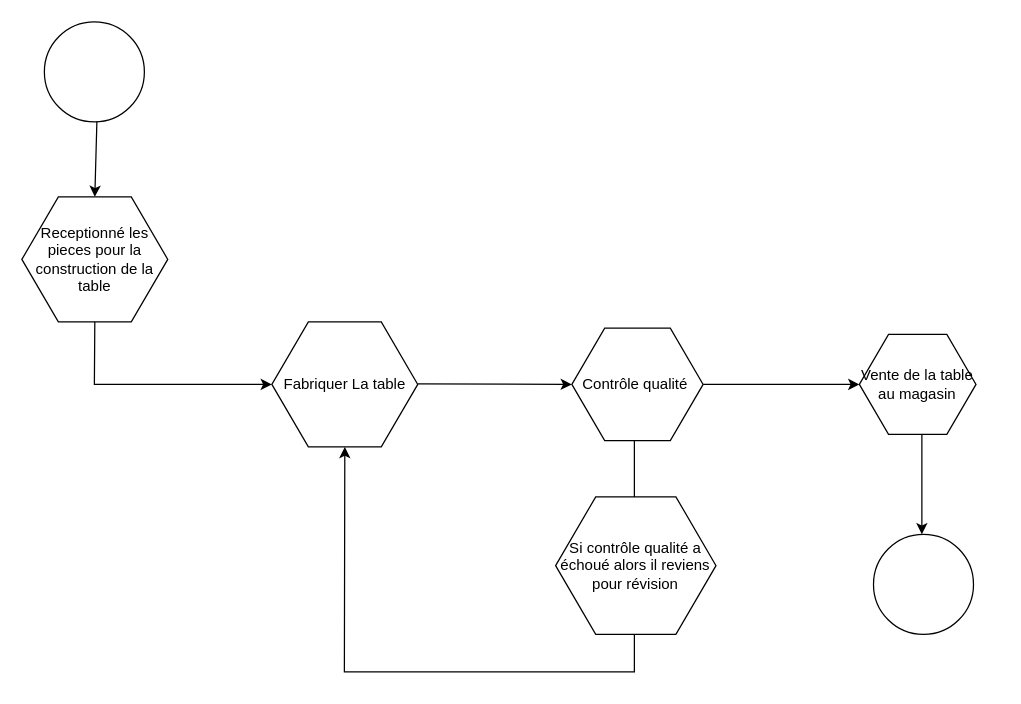
This is FabricationTable.drawio from quemet/Draw.io, a draw.io file, before an edit. Source tidied: cells renumbered, new cells numbered last; positions are measured from the earlier drawing's top-left corner, leaving out a move shared by most shapes. Both pictures are drawn from the tidied source at 125%, with x=0, y=0 at pixel (21, 21).
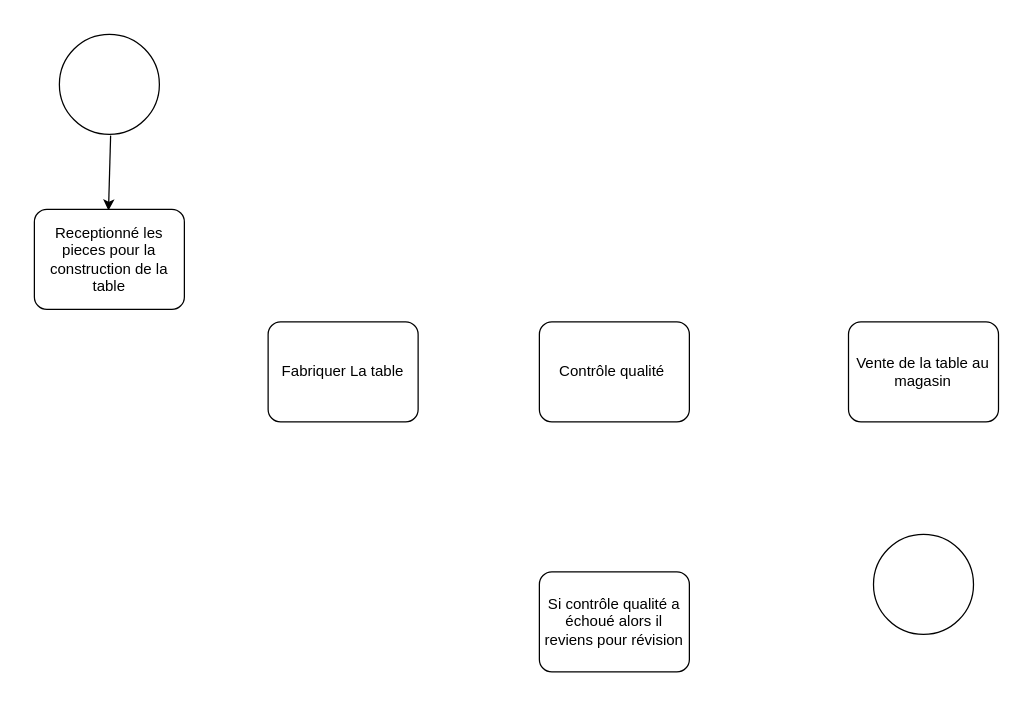
The same diagram, later.

Commit message:
Encore à mettre les fléches.drawio

Change to the diagram source:
```diff
@@
+    <mxCell id="11" style="ellipse;whiteSpace=wrap;html=1;" parent="1" vertex="1">
+      <mxGeometry x="30" y="10" width="80" height="80" as="geometry" />
+    </mxCell>
+    <mxCell id="13" style="endArrow=classic;html=1;rounded=0;entryX=0.5;entryY=0;entryDx=0;entryDy=0;" parent="1" edge="1">
+      <mxGeometry relative="1" as="geometry">
+        <mxPoint x="71" y="91" as="sourcePoint" />
+        <mxPoint x="69.3" y="151" as="targetPoint" />
+      </mxGeometry>
+    </mxCell>
+    <mxCell id="14" style="ellipse;whiteSpace=wrap;html=1;" parent="1" vertex="1">
+      <mxGeometry x="681.3" y="410" width="80" height="80" as="geometry" />
+    </mxCell>
-    <mxCell id="2" value="Receptionné les pieces pour la construction de la table" style="shape=mxgraph.bpmn.conversation;perimeter=hexagonPerimeter2;whiteSpace=wrap;html=1;bpmnConversationType=conv;" parent="1" vertex="1">
-      <mxGeometry y="140" width="116.7" height="100" as="geometry" />
+    <mxCell id="2" value="Receptionné les pieces pour la construction de la table" style="points=[[0.25,0,0],[0.5,0,0],[0.75,0,0],[1,0.25,0],[1,0.5,0],[1,0.75,0],[0.75,1,0],[0.5,1,0],[0.25,1,0],[0,0.75,0],[0,0.5,0],[0,0.25,0]];shape=mxgraph.bpmn.task;whiteSpace=wrap;rectStyle=rounded;size=10;html=1;taskMarker=abstract;" parent="1" vertex="1">
+      <mxGeometry x="10" y="150" width="120" height="80" as="geometry" />
     </mxCell>
-    <mxCell id="3" style="endArrow=classic;html=1;rounded=0;exitX=0.5;exitY=1;exitDx=0;exitDy=0;entryX=0;entryY=0.5;entryDx=0;entryDy=0;" parent="1" edge="1" source="2" target="4">
-      <mxGeometry relative="1" as="geometry">
-        <Array as="points">
-          <mxPoint x="58" y="290" />
-        </Array>
-      </mxGeometry>
-    </mxCell>
-    <mxCell id="4" value="Fabriquer La table" style="shape=mxgraph.bpmn.conversation;perimeter=hexagonPerimeter2;whiteSpace=wrap;html=1;bpmnConversationType=conv;" parent="1" vertex="1">
-      <mxGeometry x="200" y="240" width="116.7" height="100" as="geometry" />
+    <mxCell id="4" value="Fabriquer La table" style="points=[[0.25,0,0],[0.5,0,0],[0.75,0,0],[1,0.25,0],[1,0.5,0],[1,0.75,0],[0.75,1,0],[0.5,1,0],[0.25,1,0],[0,0.75,0],[0,0.5,0],[0,0.25,0]];shape=mxgraph.bpmn.task;whiteSpace=wrap;rectStyle=rounded;size=10;html=1;taskMarker=abstract;" parent="1" vertex="1">
+      <mxGeometry x="197" y="240" width="120" height="80" as="geometry" />
     </mxCell>
-    <mxCell id="5" value="Contrôle qualité&amp;nbsp;" style="shape=mxgraph.bpmn.conversation;perimeter=hexagonPerimeter2;whiteSpace=wrap;html=1;bpmnConversationType=conv;" parent="1" vertex="1">
-      <mxGeometry x="440" y="245" width="105" height="90" as="geometry" />
+    <mxCell id="5" value="Contrôle qualité&amp;nbsp;" style="points=[[0.25,0,0],[0.5,0,0],[0.75,0,0],[1,0.25,0],[1,0.5,0],[1,0.75,0],[0.75,1,0],[0.5,1,0],[0.25,1,0],[0,0.75,0],[0,0.5,0],[0,0.25,0]];shape=mxgraph.bpmn.task;whiteSpace=wrap;rectStyle=rounded;size=10;html=1;taskMarker=abstract;" parent="1" vertex="1">
+      <mxGeometry x="414" y="240" width="120" height="80" as="geometry" />
     </mxCell>
-    <mxCell id="6" style="endArrow=classic;html=1;rounded=0;entryX=0;entryY=0.5;entryDx=0;entryDy=0;" parent="1" edge="1" target="5">
-      <mxGeometry relative="1" as="geometry">
-        <mxPoint x="316.7" y="289.5" as="sourcePoint" />
-      </mxGeometry>
-    </mxCell>
-    <mxCell id="7" style="endArrow=classic;html=1;rounded=0;entryX=0.5;entryY=1;entryDx=0;entryDy=0;" parent="1" edge="1" target="4">
-      <mxGeometry relative="1" as="geometry">
-        <mxPoint x="490" y="335" as="sourcePoint" />
-        <Array as="points">
-          <mxPoint x="490" y="520" />
-          <mxPoint x="258" y="520" />
-        </Array>
-      </mxGeometry>
-    </mxCell>
+    <mxCell id="10" value="Vente de la table au magasin" style="points=[[0.25,0,0],[0.5,0,0],[0.75,0,0],[1,0.25,0],[1,0.5,0],[1,0.75,0],[0.75,1,0],[0.5,1,0],[0.25,1,0],[0,0.75,0],[0,0.5,0],[0,0.25,0]];shape=mxgraph.bpmn.task;whiteSpace=wrap;rectStyle=rounded;size=10;html=1;taskMarker=abstract;" parent="1" vertex="1">
+      <mxGeometry x="661.3" y="240" width="120" height="80" as="geometry" />
+    </mxCell>
-    <mxCell id="8" value="Si contrôle qualité a échoué alors il reviens pour révision" style="shape=mxgraph.bpmn.conversation;perimeter=hexagonPerimeter2;whiteSpace=wrap;html=1;bpmnConversationType=conv;" parent="1" vertex="1">
-      <mxGeometry x="427" y="380" width="128.3" height="110" as="geometry" />
+    <mxCell id="8" value="Si contrôle qualité a échoué alors il reviens pour révision" style="shape=mxgraph.bpmn.task;whiteSpace=wrap;rectStyle=rounded;size=10;html=1;taskMarker=abstract;" parent="1" vertex="1">
+      <mxGeometry x="414" y="440" width="120" height="80" as="geometry" />
     </mxCell>
-    <mxCell id="9" style="endArrow=classic;html=1;rounded=0;exitX=1;exitY=0.5;exitDx=0;exitDy=0;entryX=0;entryY=0.5;entryDx=0;entryDy=0;" parent="1" edge="1" source="5" target="10">
-      <mxGeometry relative="1" as="geometry" />
-    </mxCell>
-    <mxCell id="10" value="Vente de la table au magasin" style="shape=mxgraph.bpmn.conversation;perimeter=hexagonPerimeter2;whiteSpace=wrap;html=1;bpmnConversationType=conv;" parent="1" vertex="1">
-      <mxGeometry x="670" y="250" width="93.3" height="80" as="geometry" />
-    </mxCell>
-    <mxCell id="11" style="ellipse;whiteSpace=wrap;html=1;" parent="1" vertex="1">
-      <mxGeometry x="18" width="80" height="80" as="geometry" />
-    </mxCell>
-    <mxCell id="12" style="endArrow=classic;html=1;rounded=0;" parent="1" edge="1">
-      <mxGeometry relative="1" as="geometry">
-        <mxPoint x="720" y="330" as="sourcePoint" />
-        <mxPoint x="720" y="410" as="targetPoint" />
-      </mxGeometry>
-    </mxCell>
-    <mxCell id="13" style="endArrow=classic;html=1;rounded=0;entryX=0.5;entryY=0;entryDx=0;entryDy=0;" parent="1" edge="1" target="2">
-      <mxGeometry relative="1" as="geometry">
-        <mxPoint x="60" y="80" as="sourcePoint" />
-      </mxGeometry>
-    </mxCell>
-    <mxCell id="14" style="ellipse;whiteSpace=wrap;html=1;" parent="1" vertex="1">
-      <mxGeometry x="681.3" y="410" width="80" height="80" as="geometry" />
-    </mxCell>
```
